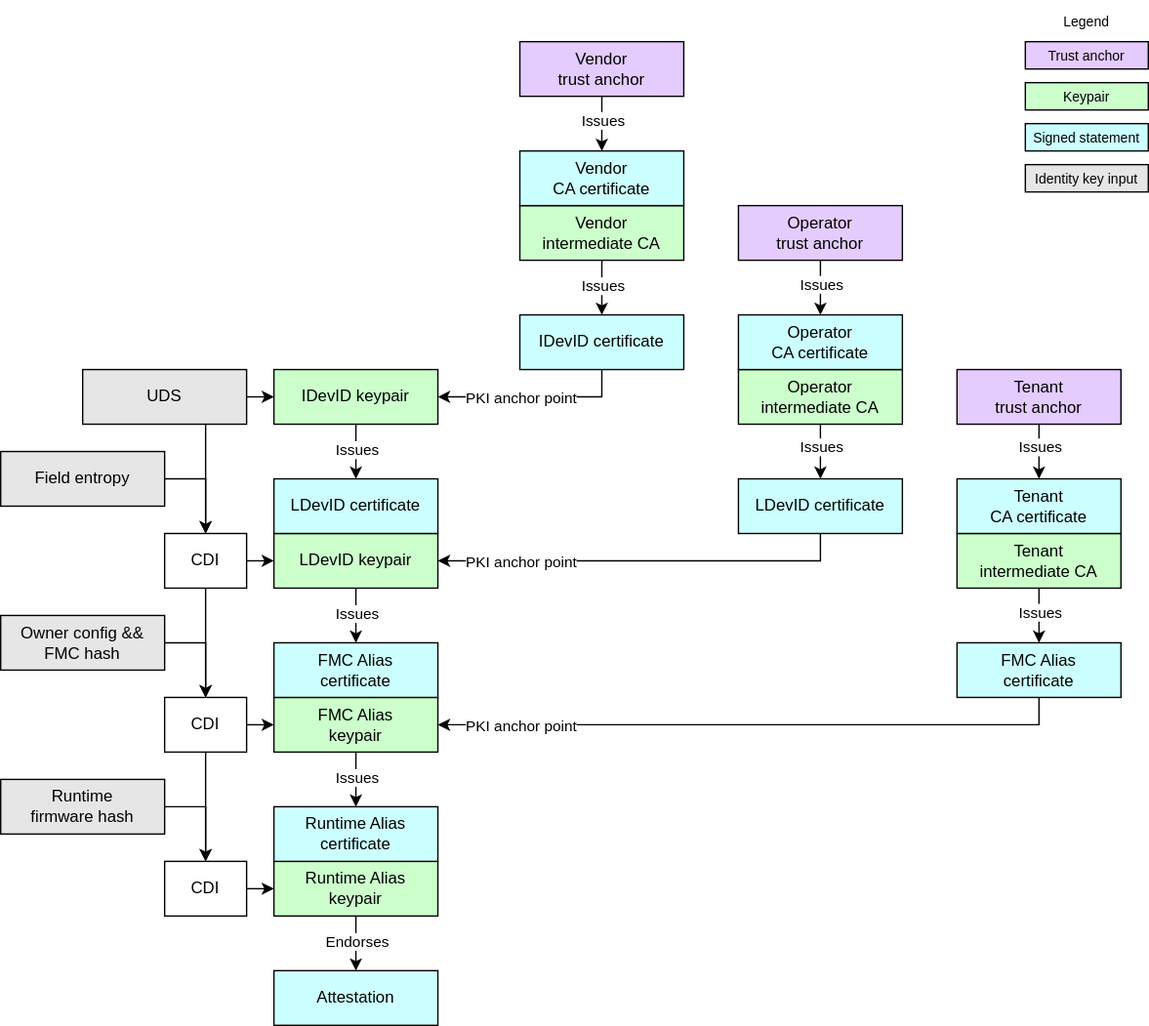
Earlier version of the draw.io export specifications/device-trust-anchor-management/diagrams/tenant_anchor_point.drawio.svg (opencomputeproject/Security). Source tidied: cells renumbered, new cells last; positions are measured from the earlier drawing's top-left corner, leaving out a move shared by most shapes.
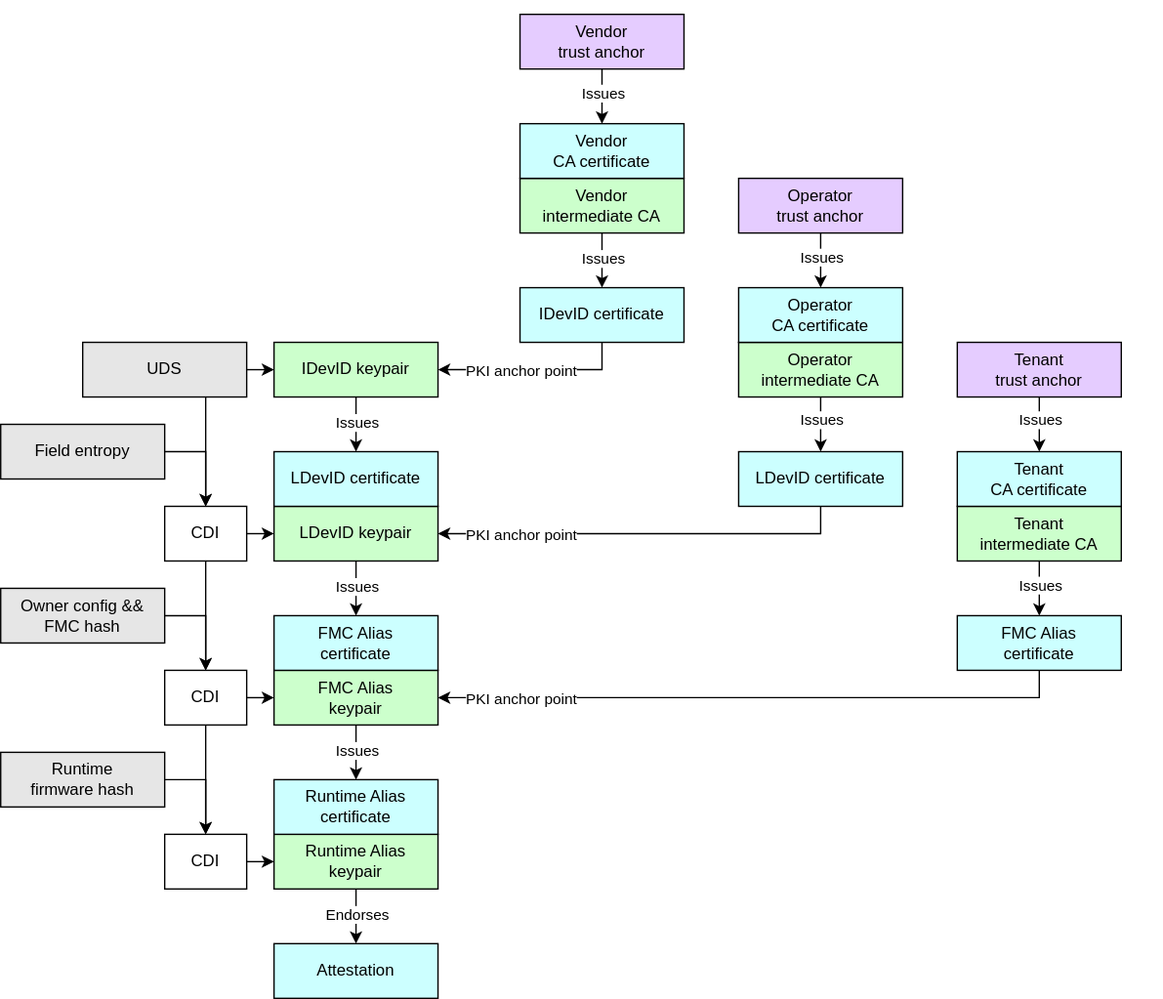
After the commit.

Change to the diagram source:
```diff
@@ -2,18 +2,6 @@
   <root>
     <mxCell id="0" />
     <mxCell id="1" parent="0" />
-    <mxCell id="2" value="&lt;div&gt;&lt;font color=&quot;#000000&quot;&gt;Trust anchor&lt;/font&gt;&lt;/div&gt;" style="rounded=0;whiteSpace=wrap;html=1;align=center;verticalAlign=middle;shadow=0;glass=0;spacingLeft=0;spacingBottom=0;spacingTop=0;fillColor=#E5CCFF;fontSize=10;" parent="1" vertex="1">
-      <mxGeometry x="750" y="30" width="90" height="20" as="geometry" />
-    </mxCell>
-    <mxCell id="3" value="Legend" style="text;strokeColor=none;align=center;fillColor=none;html=1;verticalAlign=middle;whiteSpace=wrap;rounded=0;fontSize=10;" parent="1" vertex="1">
-      <mxGeometry x="765" width="60" height="30" as="geometry" />
-    </mxCell>
-    <mxCell id="4" value="&lt;div&gt;&lt;font color=&quot;#000000&quot;&gt;Signed statement&lt;/font&gt;&lt;/div&gt;" style="rounded=0;whiteSpace=wrap;html=1;align=center;verticalAlign=middle;shadow=0;glass=0;spacingLeft=0;spacingBottom=0;spacingTop=0;fillColor=#CCFFFF;fontSize=10;" parent="1" vertex="1">
-      <mxGeometry x="750" y="90" width="90" height="20" as="geometry" />
-    </mxCell>
-    <mxCell id="5" value="&lt;div&gt;&lt;font color=&quot;#000000&quot;&gt;Keypair&lt;/font&gt;&lt;/div&gt;" style="rounded=0;whiteSpace=wrap;html=1;align=center;verticalAlign=middle;shadow=0;glass=0;spacingLeft=0;spacingBottom=0;spacingTop=0;fillColor=#CCFFCC;fontSize=10;" parent="1" vertex="1">
-      <mxGeometry x="750" y="60" width="90" height="20" as="geometry" />
-    </mxCell>
     <mxCell id="6" style="edgeStyle=none;html=1;exitX=0.5;exitY=1;exitDx=0;exitDy=0;entryX=0.5;entryY=0;entryDx=0;entryDy=0;" parent="1" edge="1" source="8" target="30">
       <mxGeometry relative="1" as="geometry" />
     </mxCell>
@@ -226,8 +214,8 @@
     <mxCell id="69" value="Operator&lt;div&gt;trust anchor&lt;/div&gt;" style="rounded=0;whiteSpace=wrap;html=1;align=center;verticalAlign=middle;shadow=0;glass=0;spacingLeft=0;spacingBottom=0;spacingTop=0;fillColor=#E5CCFF;" parent="1" vertex="1">
       <mxGeometry x="540" y="150" width="120" height="40" as="geometry" />
     </mxCell>
-    <mxCell id="70" value="&lt;div&gt;&lt;font color=&quot;#000000&quot;&gt;Identity key input&lt;/font&gt;&lt;/div&gt;" style="rounded=0;whiteSpace=wrap;html=1;align=center;verticalAlign=middle;shadow=0;glass=0;spacingLeft=0;spacingBottom=0;spacingTop=0;fillColor=#E6E6E6;fontSize=10;" parent="1" vertex="1">
-      <mxGeometry x="750" y="120" width="90" height="20" as="geometry" />
-    </mxCell>
+    <mxCell id="71" style="rounded=0;whiteSpace=wrap;html=1;align=center;verticalAlign=middle;shadow=0;glass=0;spacingLeft=0;spacingBottom=0;spacingTop=0;fillColor=#FFFFFF;fontSize=10;strokeColor=#FFFFFF;" parent="1" vertex="1">
+      <mxGeometry x="760" y="20" width="90" height="20" as="geometry" />
+    </mxCell>
   </root>
 </mxGraphModel>
```
